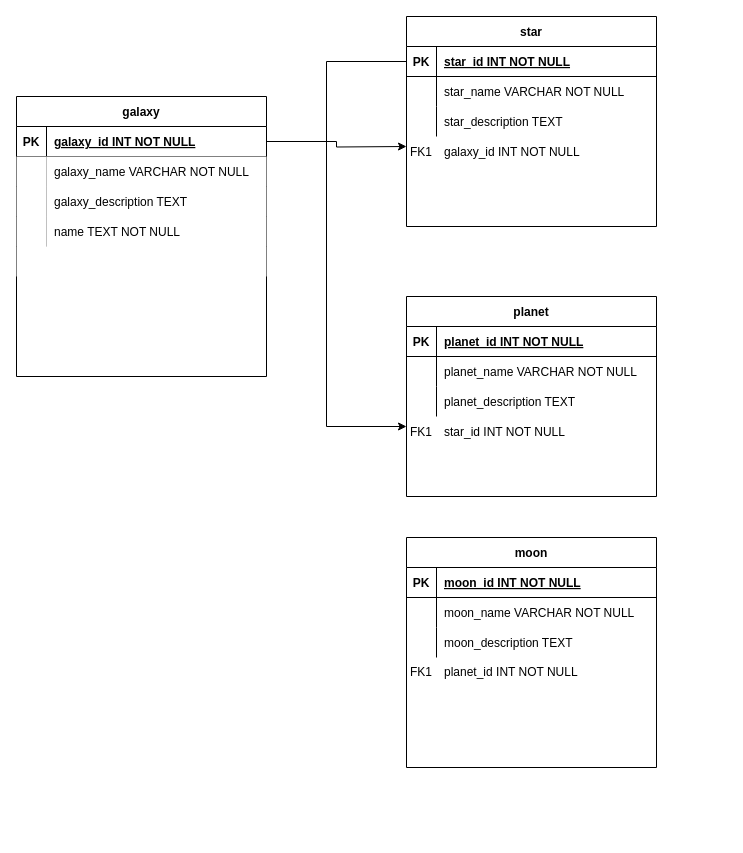
Trusaman/Celestial-Bodies-Database-Freecodecamp keeps this draw.io diagram as Untitled Diagram.drawio. Above is the earlier version. Source tidied: cells renumbered, new cells numbered last; positions are measured from the earlier drawing's top-left corner, leaving out a move shared by most shapes. Both pictures are drawn from the tidied source at 100%, with x=0, y=0 at pixel (16, 16).
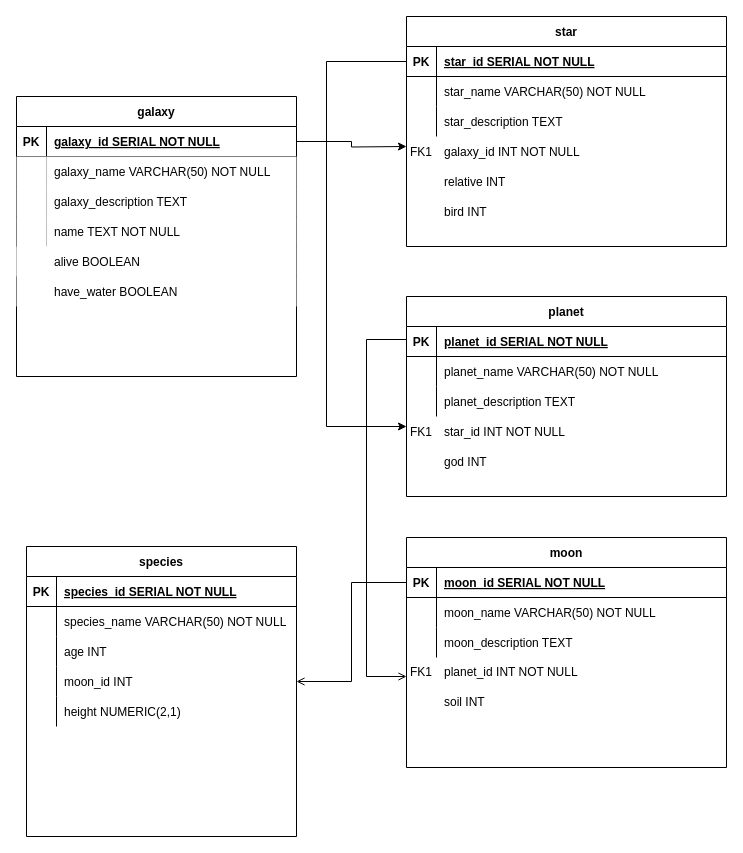
The same diagram, later.

Change to the diagram source:
```diff
@@
     <mxCell id="2" value="planet" style="shape=table;startSize=30;childLayout=tableLayout;rowLines=0;fontStyle=1;align=center;gradientColor=none;shadow=0;" parent="1" vertex="1">
-      <mxGeometry x="390" y="280" width="250" height="200" as="geometry" />
+      <mxGeometry x="390" y="280" width="320" height="200" as="geometry" />
     </mxCell>
     <mxCell id="3" style="shape=partialRectangle;fillColor=none;top=0;left=0;right=0;bottom=1;shadow=0;" parent="2" vertex="1">
-      <mxGeometry y="30" width="250" height="30" as="geometry" />
+      <mxGeometry y="30" width="320" height="30" as="geometry" />
     </mxCell>
@@
-    <mxCell id="5" value="planet_id INT NOT NULL " style="shape=partialRectangle;overflow=hidden;fillColor=none;top=0;left=0;bottom=0;right=0;align=left;spacingLeft=6;fontStyle=5;shadow=0;" parent="3" vertex="1">
-      <mxGeometry x="30" width="220" height="30" as="geometry" />
+    <mxCell id="5" value="planet_id SERIAL NOT NULL " style="shape=partialRectangle;overflow=hidden;fillColor=none;top=0;left=0;bottom=0;right=0;align=left;spacingLeft=6;fontStyle=5;shadow=0;" parent="3" vertex="1">
+      <mxGeometry x="30" width="290" height="30" as="geometry" />
     </mxCell>
     <mxCell id="6" style="shape=partialRectangle;fillColor=none;top=0;left=0;right=0;bottom=0;shadow=0;" parent="2" vertex="1">
-      <mxGeometry y="60" width="250" height="30" as="geometry" />
+      <mxGeometry y="60" width="320" height="30" as="geometry" />
     </mxCell>
@@
-    <mxCell id="8" value="planet_name VARCHAR NOT NULL" style="shape=partialRectangle;overflow=hidden;fillColor=none;top=0;left=0;bottom=0;right=0;align=left;spacingLeft=6;shadow=0;" parent="6" vertex="1">
-      <mxGeometry x="30" width="220" height="30" as="geometry" />
+    <mxCell id="8" value="planet_name VARCHAR(50) NOT NULL" style="shape=partialRectangle;overflow=hidden;fillColor=none;top=0;left=0;bottom=0;right=0;align=left;spacingLeft=6;shadow=0;" parent="6" vertex="1">
+      <mxGeometry x="30" width="290" height="30" as="geometry" />
     </mxCell>
     <mxCell id="9" style="shape=partialRectangle;fillColor=none;top=0;left=0;right=0;bottom=0;shadow=0;" parent="2" vertex="1">
-      <mxGeometry y="90" width="250" height="30" as="geometry" />
+      <mxGeometry y="90" width="320" height="30" as="geometry" />
     </mxCell>
@@
     <mxCell id="11" value="planet_description TEXT" style="shape=partialRectangle;overflow=hidden;fillColor=none;top=0;left=0;bottom=0;right=0;align=left;spacingLeft=6;shadow=0;" parent="9" vertex="1">
-      <mxGeometry x="30" width="220" height="30" as="geometry" />
+      <mxGeometry x="30" width="290" height="30" as="geometry" />
     </mxCell>
     <mxCell id="12" value="star" style="shape=table;startSize=30;childLayout=tableLayout;rowLines=0;fontStyle=1;align=center;swimlaneLine=1;sketch=0;shadow=0;" parent="1" vertex="1">
-      <mxGeometry x="390" width="250" height="210" as="geometry" />
+      <mxGeometry x="390" width="320" height="230" as="geometry" />
     </mxCell>
     <mxCell id="13" style="shape=partialRectangle;fillColor=none;points=[[0,0.5],[1,0.5]];portConstraint=eastwest;top=0;left=0;right=0;bottom=1;shadow=0;" parent="12" vertex="1">
-      <mxGeometry y="30" width="250" height="30" as="geometry" />
+      <mxGeometry y="30" width="320" height="30" as="geometry" />
     </mxCell>
@@
-    <mxCell id="15" value="star_id INT NOT NULL " style="shape=partialRectangle;overflow=hidden;fillColor=none;top=0;left=0;bottom=0;right=0;align=left;spacingLeft=6;fontStyle=5;shadow=0;" parent="13" vertex="1">
-      <mxGeometry x="30" width="220" height="30" as="geometry" />
+    <mxCell id="15" value="star_id SERIAL NOT NULL " style="shape=partialRectangle;overflow=hidden;fillColor=none;top=0;left=0;bottom=0;right=0;align=left;spacingLeft=6;fontStyle=5;shadow=0;" parent="13" vertex="1">
+      <mxGeometry x="30" width="290" height="30" as="geometry" />
     </mxCell>
     <mxCell id="16" style="shape=partialRectangle;fillColor=none;top=0;left=0;right=0;bottom=0;shadow=0;" parent="12" vertex="1">
-      <mxGeometry y="60" width="250" height="30" as="geometry" />
+      <mxGeometry y="60" width="320" height="30" as="geometry" />
     </mxCell>
@@
-    <mxCell id="18" value="star_name VARCHAR NOT NULL" style="shape=partialRectangle;overflow=hidden;fillColor=none;top=0;left=0;bottom=0;right=0;align=left;spacingLeft=6;shadow=0;" parent="16" vertex="1">
-      <mxGeometry x="30" width="220" height="30" as="geometry" />
+    <mxCell id="18" value="star_name VARCHAR(50) NOT NULL" style="shape=partialRectangle;overflow=hidden;fillColor=none;top=0;left=0;bottom=0;right=0;align=left;spacingLeft=6;shadow=0;" parent="16" vertex="1">
+      <mxGeometry x="30" width="290" height="30" as="geometry" />
     </mxCell>
     <mxCell id="19" style="shape=partialRectangle;fillColor=none;top=0;left=0;right=0;bottom=0;shadow=0;" parent="12" vertex="1">
-      <mxGeometry y="90" width="250" height="30" as="geometry" />
+      <mxGeometry y="90" width="320" height="30" as="geometry" />
     </mxCell>
@@
     <mxCell id="21" value="star_description TEXT" style="shape=partialRectangle;overflow=hidden;fillColor=none;top=0;left=0;bottom=0;right=0;align=left;spacingLeft=6;shadow=0;" parent="19" vertex="1">
-      <mxGeometry x="30" width="220" height="30" as="geometry" />
+      <mxGeometry x="30" width="290" height="30" as="geometry" />
     </mxCell>
     <mxCell id="22" value="galaxy" style="shape=table;startSize=30;childLayout=tableLayout;rowLines=0;fontStyle=1;align=center;shadow=0;" parent="1" vertex="1">
-      <mxGeometry y="80" width="250" height="280" as="geometry" />
+      <mxGeometry y="80" width="280" height="280" as="geometry" />
     </mxCell>
     <mxCell id="23" style="shape=partialRectangle;fillColor=none;points=[[0,0.5],[1,0.5]];portConstraint=eastwest;top=0;left=0;right=0;bottom=1;shadow=0;" parent="22" vertex="1">
-      <mxGeometry y="30" width="250" height="30" as="geometry" />
+      <mxGeometry y="30" width="280" height="30" as="geometry" />
     </mxCell>
@@
-    <mxCell id="25" value="galaxy_id INT NOT NULL " style="shape=partialRectangle;overflow=hidden;fillColor=none;top=0;left=0;bottom=0;right=0;align=left;spacingLeft=6;fontStyle=5;shadow=0;" parent="23" vertex="1">
-      <mxGeometry x="30" width="220" height="30" as="geometry" />
+    <mxCell id="25" value="galaxy_id SERIAL NOT NULL " style="shape=partialRectangle;overflow=hidden;fillColor=none;top=0;left=0;bottom=0;right=0;align=left;spacingLeft=6;fontStyle=5;shadow=0;" parent="23" vertex="1">
+      <mxGeometry x="30" width="250" height="30" as="geometry" />
     </mxCell>
     <mxCell id="26" style="shape=partialRectangle;fillColor=none;top=0;left=0;right=0;bottom=0;shadow=0;" parent="22" vertex="1">
-      <mxGeometry y="60" width="250" height="30" as="geometry" />
+      <mxGeometry y="60" width="280" height="30" as="geometry" />
     </mxCell>
@@
-    <mxCell id="28" value="galaxy_name VARCHAR NOT NULL" style="shape=partialRectangle;overflow=hidden;top=0;left=0;bottom=0;right=0;align=left;spacingLeft=6;shadow=0;" parent="26" vertex="1">
-      <mxGeometry x="30" width="220" height="30" as="geometry" />
+    <mxCell id="28" value="galaxy_name VARCHAR(50) NOT NULL" style="shape=partialRectangle;overflow=hidden;top=0;left=0;bottom=0;right=0;align=left;spacingLeft=6;shadow=0;" parent="26" vertex="1">
+      <mxGeometry x="30" width="250" height="30" as="geometry" />
     </mxCell>
     <mxCell id="29" style="shape=partialRectangle;fillColor=none;top=0;left=0;right=0;bottom=0;shadow=0;" parent="22" vertex="1">
-      <mxGeometry y="90" width="250" height="30" as="geometry" />
+      <mxGeometry y="90" width="280" height="30" as="geometry" />
     </mxCell>
@@
     <mxCell id="31" value="galaxy_description TEXT" style="shape=partialRectangle;overflow=hidden;top=0;left=0;bottom=0;right=0;align=left;spacingLeft=6;shadow=0;" parent="29" vertex="1">
-      <mxGeometry x="30" width="220" height="30" as="geometry" />
+      <mxGeometry x="30" width="250" height="30" as="geometry" />
     </mxCell>
     <mxCell id="32" style="shape=partialRectangle;fillColor=none;top=0;left=0;right=0;bottom=0;shadow=0;" parent="22" vertex="1">
-      <mxGeometry y="120" width="250" height="30" as="geometry" />
+      <mxGeometry y="120" width="280" height="30" as="geometry" />
     </mxCell>
@@
     <mxCell id="34" value="name TEXT NOT NULL" style="shape=partialRectangle;overflow=hidden;top=0;left=0;bottom=0;right=0;align=left;spacingLeft=6;shadow=0;" parent="32" vertex="1">
-      <mxGeometry x="30" width="220" height="30" as="geometry" />
+      <mxGeometry x="30" width="250" height="30" as="geometry" />
     </mxCell>
     <mxCell id="35" value="moon" style="shape=table;startSize=30;childLayout=tableLayout;rowLines=0;fontStyle=1;align=center;shadow=0;" parent="1" vertex="1">
-      <mxGeometry x="390" y="521" width="250" height="230" as="geometry" />
+      <mxGeometry x="390" y="521" width="320" height="230" as="geometry" />
     </mxCell>
     <mxCell id="36" style="shape=partialRectangle;fillColor=none;points=[[0,0.5],[1,0.5]];portConstraint=eastwest;top=0;left=0;right=0;bottom=1;shadow=0;" parent="35" vertex="1">
-      <mxGeometry y="30" width="250" height="30" as="geometry" />
+      <mxGeometry y="30" width="320" height="30" as="geometry" />
     </mxCell>
@@
-    <mxCell id="38" value="moon_id INT NOT NULL" style="shape=partialRectangle;overflow=hidden;fillColor=none;top=0;left=0;bottom=0;right=0;align=left;spacingLeft=6;fontStyle=5;shadow=0;" parent="36" vertex="1">
-      <mxGeometry x="30" width="220" height="30" as="geometry" />
+    <mxCell id="38" value="moon_id SERIAL NOT NULL" style="shape=partialRectangle;overflow=hidden;fillColor=none;top=0;left=0;bottom=0;right=0;align=left;spacingLeft=6;fontStyle=5;shadow=0;" parent="36" vertex="1">
+      <mxGeometry x="30" width="290" height="30" as="geometry" />
     </mxCell>
     <mxCell id="39" style="shape=partialRectangle;fillColor=none;top=0;left=0;right=0;bottom=0;shadow=0;" parent="35" vertex="1">
-      <mxGeometry y="60" width="250" height="30" as="geometry" />
+      <mxGeometry y="60" width="320" height="30" as="geometry" />
     </mxCell>
@@
-    <mxCell id="41" value="moon_name VARCHAR NOT NULL" style="shape=partialRectangle;overflow=hidden;fillColor=none;top=0;left=0;bottom=0;right=0;align=left;spacingLeft=6;shadow=0;" parent="39" vertex="1">
-      <mxGeometry x="30" width="220" height="30" as="geometry" />
+    <mxCell id="41" value="moon_name VARCHAR(50) NOT NULL" style="shape=partialRectangle;overflow=hidden;fillColor=none;top=0;left=0;bottom=0;right=0;align=left;spacingLeft=6;shadow=0;" parent="39" vertex="1">
+      <mxGeometry x="30" width="290" height="30" as="geometry" />
     </mxCell>
     <mxCell id="42" style="shape=partialRectangle;fillColor=none;top=0;left=0;right=0;bottom=0;shadow=0;" parent="35" vertex="1">
-      <mxGeometry y="90" width="250" height="30" as="geometry" />
+      <mxGeometry y="90" width="320" height="30" as="geometry" />
     </mxCell>
@@
     <mxCell id="44" value="moon_description TEXT" style="shape=partialRectangle;overflow=hidden;fillColor=none;top=0;left=0;bottom=0;right=0;align=left;spacingLeft=6;shadow=0;" parent="42" vertex="1">
-      <mxGeometry x="30" width="220" height="30" as="geometry" />
+      <mxGeometry x="30" width="290" height="30" as="geometry" />
     </mxCell>
@@
+    <mxCell id="55" style="edgeStyle=orthogonalEdgeStyle;rounded=0;sketch=0;orthogonalLoop=1;jettySize=auto;html=1;shadow=0;endArrow=open;endFill=0;strokeColor=default;" parent="1" edge="1">
+      <mxGeometry relative="1" as="geometry">
+        <mxPoint x="390" y="323" as="sourcePoint" />
+        <mxPoint x="390" y="660" as="targetPoint" />
+        <Array as="points">
+          <mxPoint x="350" y="323" />
+        </Array>
+      </mxGeometry>
+    </mxCell>
+    <mxCell id="56" value="species" style="shape=table;startSize=30;childLayout=tableLayout;rowLines=0;fontStyle=1;align=center;shadow=0;" parent="1" vertex="1">
+      <mxGeometry x="10" y="530" width="270" height="290" as="geometry" />
+    </mxCell>
+    <mxCell id="57" style="shape=partialRectangle;fillColor=none;top=0;left=0;right=0;bottom=1;shadow=0;" parent="56" vertex="1">
+      <mxGeometry y="30" width="270" height="30" as="geometry" />
+    </mxCell>
+    <mxCell id="58" value="PK" style="shape=partialRectangle;overflow=hidden;fillColor=none;top=0;left=0;bottom=0;right=0;fontStyle=1;shadow=0;" parent="57" vertex="1">
+      <mxGeometry width="30" height="30" as="geometry" />
+    </mxCell>
+    <mxCell id="59" value="species_id SERIAL NOT NULL" style="shape=partialRectangle;overflow=hidden;fillColor=none;top=0;left=0;bottom=0;right=0;align=left;spacingLeft=6;fontStyle=5;shadow=0;" parent="57" vertex="1">
+      <mxGeometry x="30" width="240" height="30" as="geometry" />
+    </mxCell>
+    <mxCell id="60" style="shape=partialRectangle;fillColor=none;top=0;left=0;right=0;bottom=0;shadow=0;" parent="56" vertex="1">
+      <mxGeometry y="60" width="270" height="30" as="geometry" />
+    </mxCell>
+    <mxCell id="61" style="shape=partialRectangle;overflow=hidden;fillColor=none;top=0;left=0;bottom=0;right=0;shadow=0;" parent="60" vertex="1">
+      <mxGeometry width="30" height="30" as="geometry" />
+    </mxCell>
+    <mxCell id="62" value="species_name VARCHAR(50) NOT NULL" style="shape=partialRectangle;overflow=hidden;fillColor=none;top=0;left=0;bottom=0;right=0;align=left;spacingLeft=6;shadow=0;" parent="60" vertex="1">
+      <mxGeometry x="30" width="240" height="30" as="geometry" />
+    </mxCell>
+    <mxCell id="63" style="shape=partialRectangle;fillColor=none;top=0;left=0;right=0;bottom=0;shadow=0;" parent="56" vertex="1">
+      <mxGeometry y="90" width="270" height="30" as="geometry" />
+    </mxCell>
+    <mxCell id="64" style="shape=partialRectangle;overflow=hidden;fillColor=none;top=0;left=0;bottom=0;right=0;shadow=0;" parent="63" vertex="1">
+      <mxGeometry width="30" height="30" as="geometry" />
+    </mxCell>
+    <mxCell id="65" value="age INT" style="shape=partialRectangle;overflow=hidden;fillColor=none;top=0;left=0;bottom=0;right=0;align=left;spacingLeft=6;shadow=0;" parent="63" vertex="1">
+      <mxGeometry x="30" width="240" height="30" as="geometry" />
+    </mxCell>
+    <mxCell id="66" style="shape=partialRectangle;fillColor=none;points=[[0,0.5],[1,0.5]];portConstraint=eastwest;top=0;left=0;right=0;bottom=0;shadow=0;" parent="56" vertex="1">
+      <mxGeometry y="120" width="270" height="30" as="geometry" />
+    </mxCell>
+    <mxCell id="67" style="shape=partialRectangle;overflow=hidden;fillColor=none;top=0;left=0;bottom=0;right=0;shadow=0;" parent="66" vertex="1">
+      <mxGeometry width="30" height="30" as="geometry" />
+    </mxCell>
+    <mxCell id="68" value="moon_id INT" style="shape=partialRectangle;overflow=hidden;fillColor=none;top=0;left=0;bottom=0;right=0;align=left;spacingLeft=6;shadow=0;" parent="66" vertex="1">
+      <mxGeometry x="30" width="240" height="30" as="geometry" />
+    </mxCell>
+    <mxCell id="69" style="shape=partialRectangle;fillColor=none;top=0;left=0;right=0;bottom=0;shadow=0;" parent="56" vertex="1">
+      <mxGeometry y="150" width="270" height="30" as="geometry" />
+    </mxCell>
+    <mxCell id="70" style="shape=partialRectangle;overflow=hidden;fillColor=none;top=0;left=0;bottom=0;right=0;shadow=0;" parent="69" vertex="1">
+      <mxGeometry width="30" height="30" as="geometry" />
+    </mxCell>
+    <mxCell id="71" value="height NUMERIC(2,1)" style="shape=partialRectangle;overflow=hidden;fillColor=none;top=0;left=0;bottom=0;right=0;align=left;spacingLeft=6;shadow=0;" parent="69" vertex="1">
+      <mxGeometry x="30" width="240" height="30" as="geometry" />
+    </mxCell>
+    <mxCell id="72" style="shape=partialRectangle;overflow=hidden;fillColor=none;top=0;left=0;bottom=0;right=0;shadow=0;" parent="1" vertex="1">
+      <mxGeometry x="10" y="650" width="30" height="30" as="geometry" />
+    </mxCell>
+    <mxCell id="73" style="edgeStyle=orthogonalEdgeStyle;rounded=0;sketch=0;jettySize=auto;html=1;shadow=0;endArrow=open;endFill=0;strokeColor=default;" parent="1" edge="1" source="36" target="66">
+      <mxGeometry relative="1" as="geometry" />
+    </mxCell>
+    <mxCell id="74" style="shape=partialRectangle;fillColor=none;top=0;left=0;right=0;bottom=0;shadow=0;" parent="1" vertex="1">
+      <mxGeometry y="230" width="280" height="30" as="geometry" />
+    </mxCell>
+    <mxCell id="75" style="shape=partialRectangle;overflow=hidden;top=0;left=0;bottom=0;right=0;shadow=0;" parent="74" vertex="1">
+      <mxGeometry width="30" height="30" as="geometry" />
+    </mxCell>
+    <mxCell id="76" value="alive BOOLEAN" style="shape=partialRectangle;overflow=hidden;top=0;left=0;bottom=0;right=0;align=left;spacingLeft=6;shadow=0;" parent="74" vertex="1">
+      <mxGeometry x="30" width="250" height="30" as="geometry" />
+    </mxCell>
+    <mxCell id="77" value="relative INT" style="shape=partialRectangle;overflow=hidden;fillColor=none;top=0;left=0;bottom=0;right=0;align=left;spacingLeft=6;shadow=0;" parent="1" vertex="1">
+      <mxGeometry x="420" y="150" width="220" height="30" as="geometry" />
+    </mxCell>
+    <mxCell id="78" style="shape=partialRectangle;overflow=hidden;fillColor=none;top=0;left=0;bottom=0;right=0;shadow=0;" parent="1" vertex="1">
+      <mxGeometry x="390" y="150" width="30" height="30" as="geometry" />
+    </mxCell>
+    <mxCell id="79" style="shape=partialRectangle;fillColor=none;top=0;left=0;right=0;bottom=0;shadow=0;" parent="1" vertex="1">
+      <mxGeometry y="260" width="280" height="30" as="geometry" />
+    </mxCell>
+    <mxCell id="80" style="shape=partialRectangle;overflow=hidden;top=0;left=0;bottom=0;right=0;shadow=0;" parent="79" vertex="1">
+      <mxGeometry width="30" height="30" as="geometry" />
+    </mxCell>
+    <mxCell id="81" value="have_water BOOLEAN" style="shape=partialRectangle;overflow=hidden;top=0;left=0;bottom=0;right=0;align=left;spacingLeft=6;shadow=0;" parent="79" vertex="1">
+      <mxGeometry x="30" width="250" height="30" as="geometry" />
+    </mxCell>
+    <mxCell id="82" style="shape=partialRectangle;overflow=hidden;fillColor=none;top=0;left=0;bottom=0;right=0;shadow=0;" parent="1" vertex="1">
+      <mxGeometry x="390" y="180" width="30" height="30" as="geometry" />
+    </mxCell>
+    <mxCell id="83" value="bird INT" style="shape=partialRectangle;overflow=hidden;fillColor=none;top=0;left=0;bottom=0;right=0;align=left;spacingLeft=6;shadow=0;" parent="1" vertex="1">
+      <mxGeometry x="420" y="180" width="220" height="30" as="geometry" />
+    </mxCell>
+    <mxCell id="84" value="god INT" style="shape=partialRectangle;overflow=hidden;fillColor=none;top=0;left=0;bottom=0;right=0;align=left;spacingLeft=6;shadow=0;" parent="1" vertex="1">
+      <mxGeometry x="420" y="430" width="220" height="30" as="geometry" />
+    </mxCell>
+    <mxCell id="85" style="shape=partialRectangle;overflow=hidden;fillColor=none;top=0;left=0;bottom=0;right=0;shadow=0;" parent="1" vertex="1">
+      <mxGeometry x="390" y="430" width="30" height="30" as="geometry" />
+    </mxCell>
+    <mxCell id="86" value="soil INT" style="shape=partialRectangle;overflow=hidden;fillColor=none;top=0;left=0;bottom=0;right=0;align=left;spacingLeft=6;shadow=0;" parent="1" vertex="1">
+      <mxGeometry x="420" y="670" width="220" height="30" as="geometry" />
+    </mxCell>
+    <mxCell id="87" style="shape=partialRectangle;overflow=hidden;fillColor=none;top=0;left=0;bottom=0;right=0;shadow=0;" parent="1" vertex="1">
+      <mxGeometry x="390" y="670" width="30" height="30" as="geometry" />
+    </mxCell>
```
